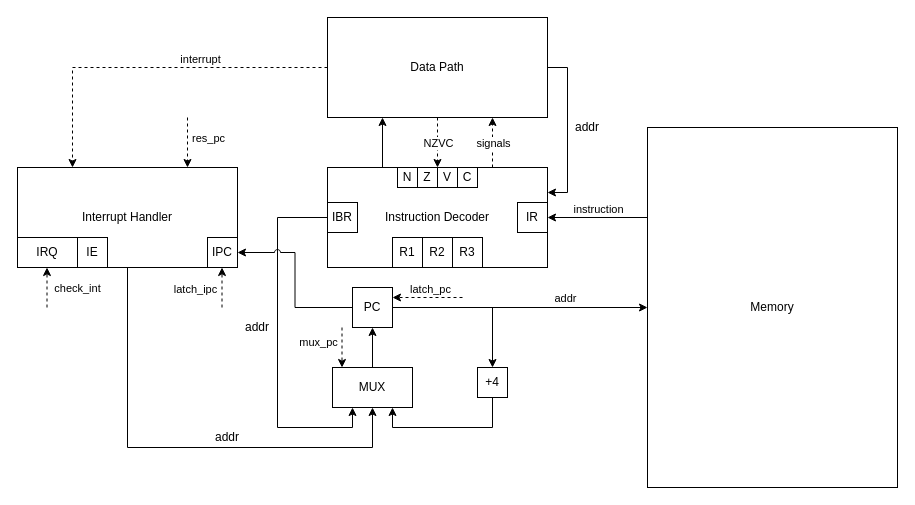
Before: media/source/control_unit.drawio in tenolly/csa-machine, a draw.io diagram. Source tidied: cells renumbered, new cells numbered last; positions are measured from the earlier drawing's top-left corner, leaving out a move shared by most shapes. Both pictures are drawn from the tidied source at 100%, with x=0, y=0 at pixel (17, 17).
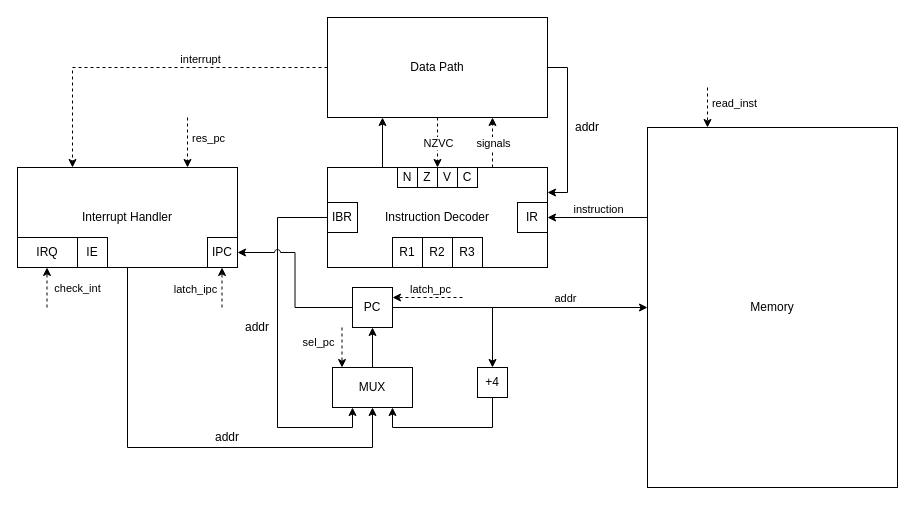
The same diagram, later.

Commit message (it also covers changes not shown here):
fix control unit and data path

The change refers to these unchanged cells:
```xml
<mxCell id="32" style="endArrow=classic;html=1;rounded=0;dashed=1;" parent="1" edge="1">
  <mxGeometry relative="1" as="geometry">
    <mxPoint x="324.5" y="310" as="sourcePoint" />
    <mxPoint x="324.5" y="350" as="targetPoint" />
  </mxGeometry>
</mxCell>
```

What changed in the source:
```diff
@@
-    <mxCell id="33" value="mux_pc" style="edgeLabel;html=1;align=center;verticalAlign=middle;" parent="32" vertex="1">
+    <mxCell id="33" value="sel_pc" style="edgeLabel;html=1;align=center;verticalAlign=middle;" parent="32" vertex="1">
       <mxGeometry x="-0.06" y="-1" relative="1" as="geometry">
         <mxPoint x="-23" y="-5" as="offset" />
       </mxGeometry>
     </mxCell>
@@
+    <mxCell id="52" style="endArrow=classic;html=1;rounded=0;dashed=1;" parent="1" edge="1">
+      <mxGeometry relative="1" as="geometry">
+        <mxPoint x="690" y="70" as="sourcePoint" />
+        <mxPoint x="690" y="110" as="targetPoint" />
+      </mxGeometry>
+    </mxCell>
+    <mxCell id="53" value="read_inst" style="edgeLabel;html=1;align=center;verticalAlign=middle;" parent="52" vertex="1">
+      <mxGeometry x="-0.06" relative="1" as="geometry">
+        <mxPoint x="26" y="-4" as="offset" />
+      </mxGeometry>
+    </mxCell>
```
